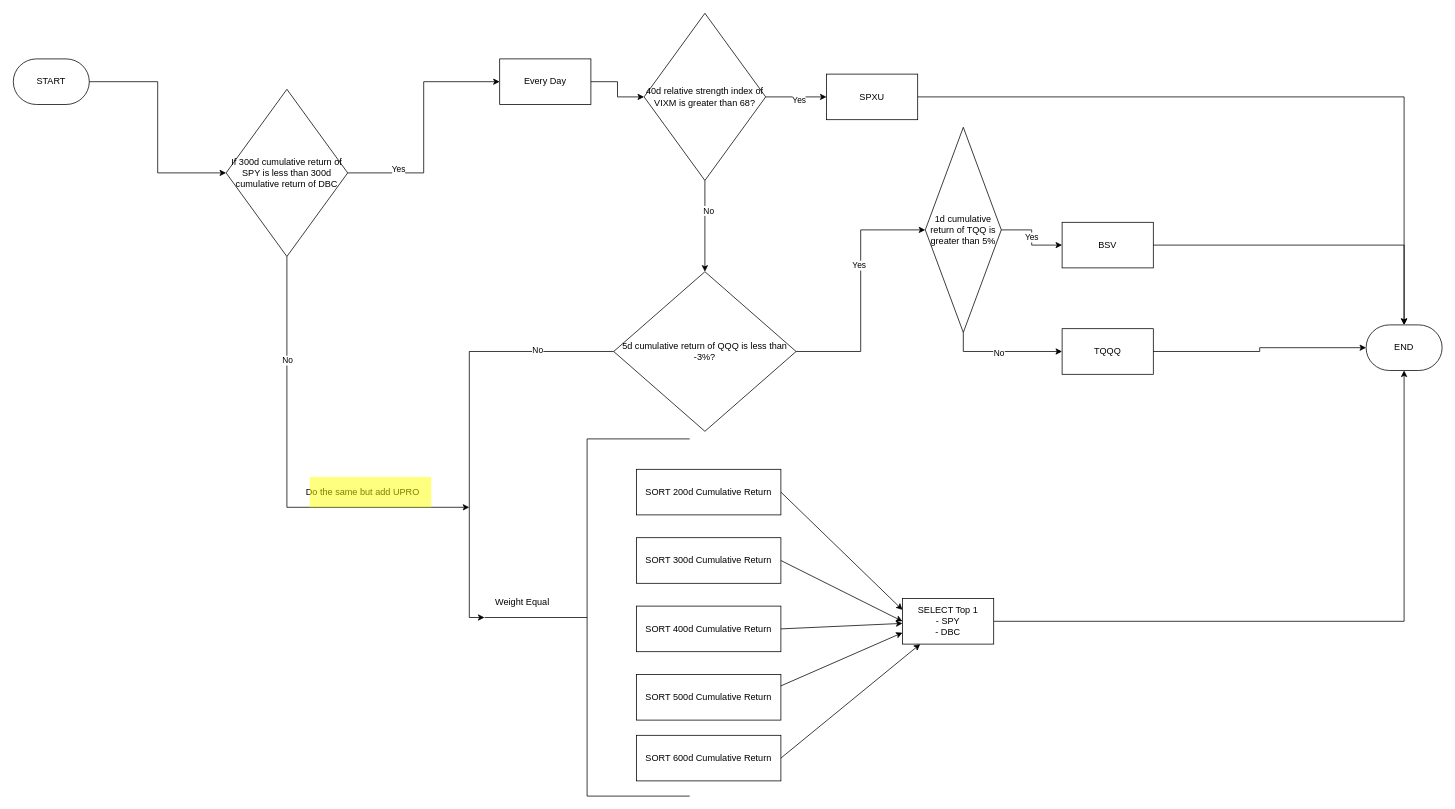
zbolin/drawio keeps this draw.io diagram as page "Buy the Dips 3" (2 of 3) of investing_strategies.drawio. Above is the earlier version. Source tidied: cells renumbered, new cells numbered last; positions are measured from the earlier drawing's top-left corner, leaving out a move shared by most shapes. Both pictures are drawn from the tidied source at 76%, with x=0, y=0 at pixel (13, 13).
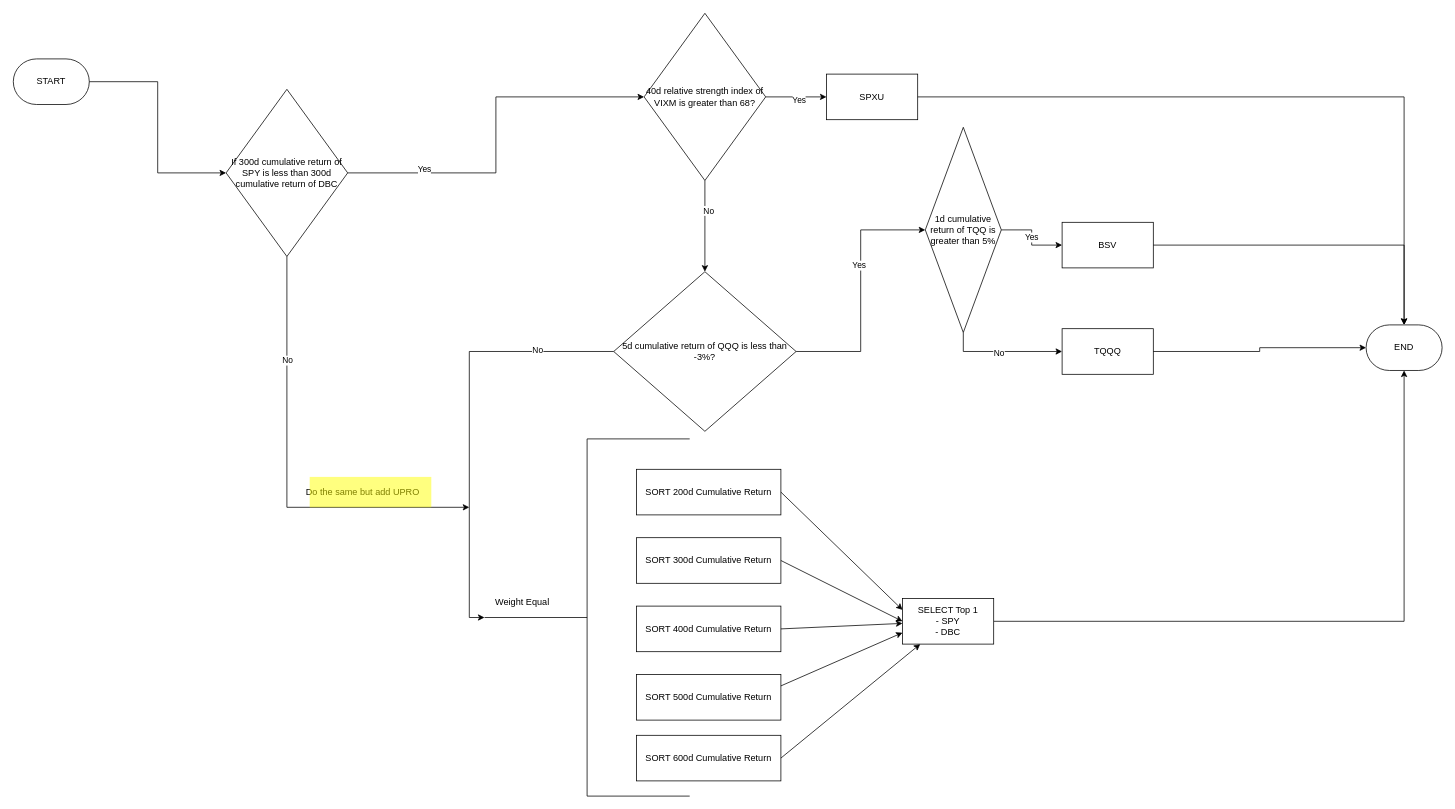
The same page after the edit.

The change refers to these unchanged cells:
```xml
<mxCell id="6" value="40d relative strength index of VIXM is greater than 68?" style="rhombus;whiteSpace=wrap;html=1;fillColor=none;" parent="1" vertex="1">
  <mxGeometry x="830" width="160" height="220" as="geometry" />
</mxCell>
<mxCell id="46" value="If 300d cumulative return of SPY is less than 300d cumulative return of DBC" style="rhombus;whiteSpace=wrap;html=1;fillColor=none;" parent="1" vertex="1">
  <mxGeometry x="280" y="100" width="160" height="220" as="geometry" />
</mxCell>
```

Diff of the diagram source:
```diff
@@
-    <mxCell id="39" style="edgeStyle=orthogonalEdgeStyle;rounded=0;jettySize=auto;html=1;entryX=0;entryY=0.5;entryDx=0;entryDy=0;" parent="1" edge="1" source="40" target="6">
-      <mxGeometry relative="1" as="geometry" />
-    </mxCell>
-    <mxCell id="40" value="Every Day" style="rounded=0;whiteSpace=wrap;html=1;fillColor=none;" parent="1" vertex="1">
-      <mxGeometry x="640" y="60" width="120" height="60" as="geometry" />
-    </mxCell>
@@
-    <mxCell id="42" style="edgeStyle=orthogonalEdgeStyle;rounded=0;jettySize=auto;html=1;entryX=0;entryY=0.5;entryDx=0;entryDy=0;" parent="1" edge="1" source="46" target="40">
+    <mxCell id="42" style="edgeStyle=orthogonalEdgeStyle;rounded=0;jettySize=auto;html=1;entryX=0;entryY=0.5;entryDx=0;entryDy=0;" parent="1" edge="1" source="46" target="6">
       <mxGeometry relative="1" as="geometry" />
     </mxCell>
```
